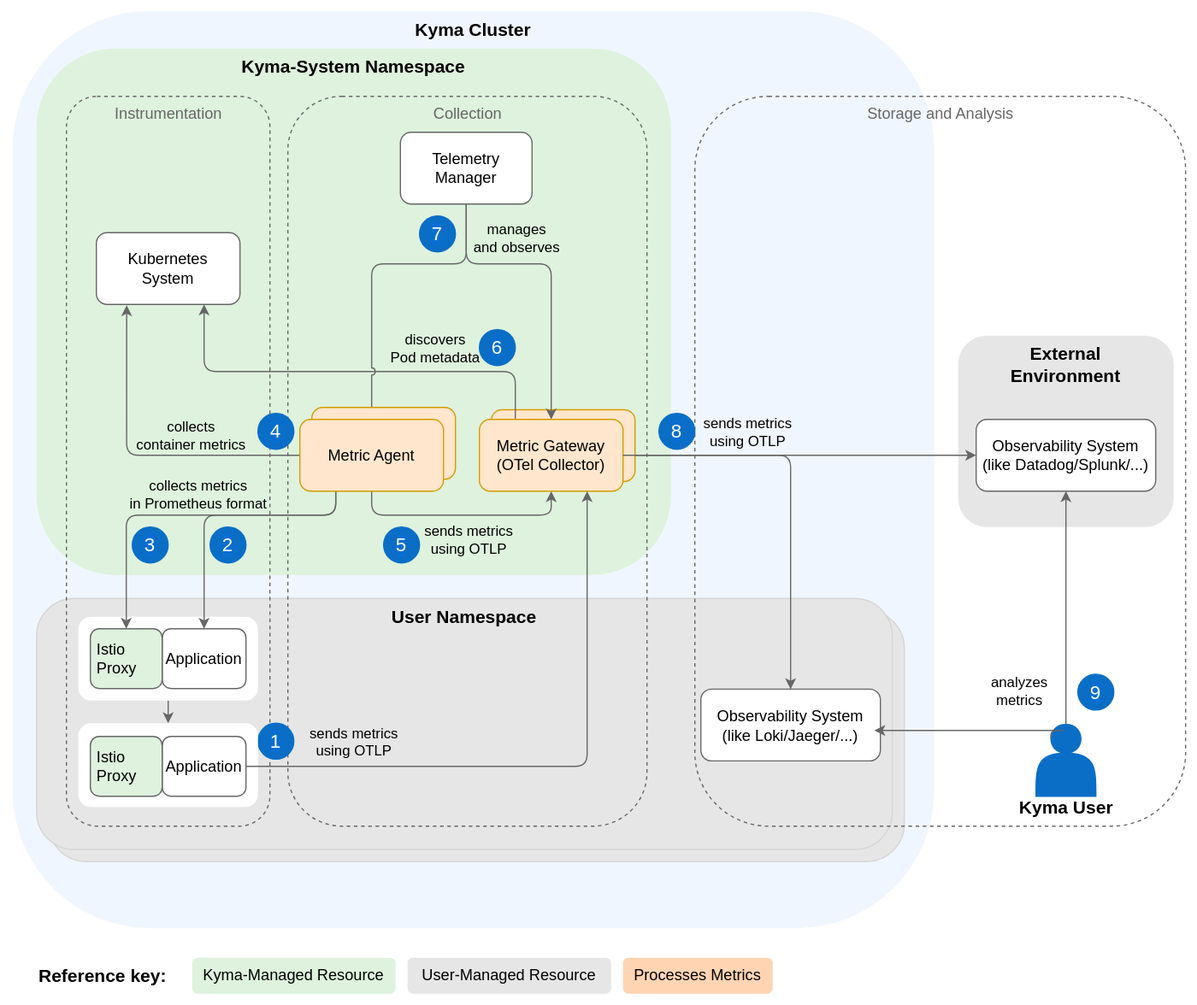
This is docs/user/assets/metrics-arch.drawio.svg from kyma-project/telemetry-manager, a draw.io export, as it was before one commit. Source tidied: cells renumbered, new cells last; positions are measured from the earlier drawing's top-left corner, leaving out a move shared by most shapes.
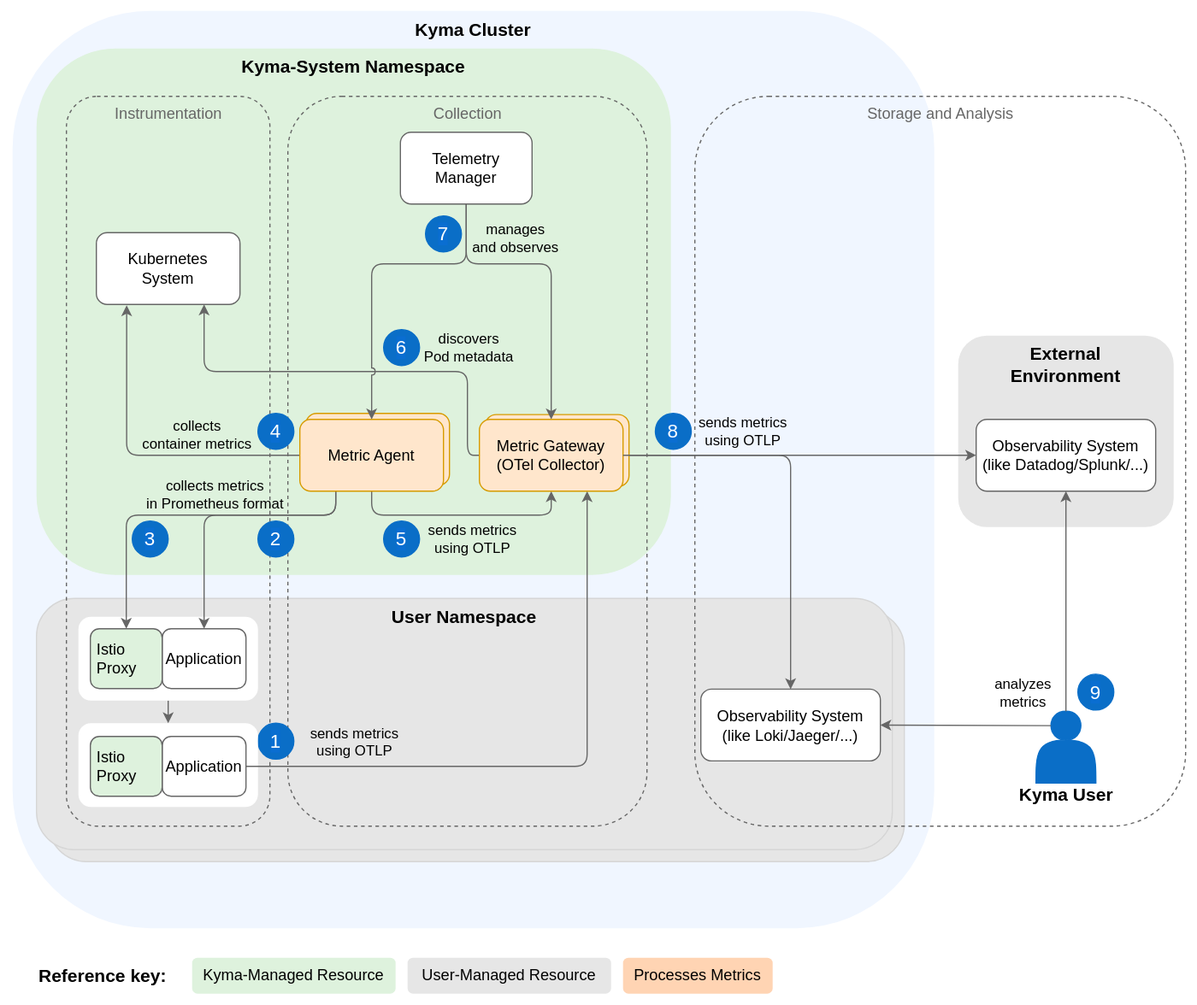
After the change.

Commit message:
better use of space

What changed in the source:
```diff
@@ -51,7 +51,7 @@
       <mxGeometry x="520" y="800" width="125" height="30" as="geometry" />
     </mxCell>
     <mxCell id="18" style="group;" parent="1" vertex="1">
-      <mxGeometry x="845" y="600" width="90" height="79" as="geometry" />
+      <mxGeometry x="845" y="589" width="90" height="79" as="geometry" />
     </mxCell>
     <mxCell id="19" style="group;" parent="18" vertex="1">
       <mxGeometry y="5" width="90" height="79" as="geometry" />
@@ -72,15 +72,13 @@
     </mxCell>
     <mxCell id="23" value="&lt;font style=&quot;font-size: 12px;&quot;&gt;analyzes &lt;br&gt;metrics&lt;/font&gt;" style="edgeLabel;html=1;align=center;verticalAlign=middle;" parent="22" vertex="1">
       <mxGeometry x="-0.05" relative="1" as="geometry">
-        <mxPoint x="-40" y="64" as="offset" />
+        <mxPoint x="-36" y="72" as="offset" />
       </mxGeometry>
     </mxCell>
-    <mxCell id="24" style="rounded=1;jettySize=auto;html=1;strokeColor=#666666;exitX=0.25;exitY=0.2;exitDx=0;exitDy=0;exitPerimeter=0;edgeStyle=orthogonalEdgeStyle;" parent="1" edge="1" source="20">
+    <mxCell id="24" style="rounded=1;jettySize=auto;html=1;strokeColor=#666666;exitX=0.25;exitY=0.2;exitDx=0;exitDy=0;exitPerimeter=0;edgeStyle=orthogonalEdgeStyle;entryX=1;entryY=0.5;entryDx=0;entryDy=0;" parent="1" edge="1" source="20" target="11">
       <mxGeometry relative="1" as="geometry">
-        <mxPoint x="730" y="610" as="targetPoint" />
         <Array as="points">
-          <mxPoint x="890" y="610" />
-          <mxPoint x="890" y="610" />
+          <mxPoint x="735" y="606" />
         </Array>
       </mxGeometry>
     </mxCell>
@@ -88,38 +86,39 @@
       <mxGeometry x="900" y="563" width="30" height="30" as="geometry" />
     </mxCell>
     <mxCell id="26" value="&lt;font style=&quot;font-size: 16px&quot;&gt;8&lt;/font&gt;" style="ellipse;whiteSpace=wrap;html=1;labelBackgroundColor=#0A6ED1;fontColor=#FFFFFF;fillColor=#0A6EC7;strokeColor=#0A6EC7;" parent="1" vertex="1">
-      <mxGeometry x="550" y="345" width="30" height="30" as="geometry" />
+      <mxGeometry x="547" y="345" width="30" height="30" as="geometry" />
     </mxCell>
     <mxCell id="27" value="Telemetry&lt;br style=&quot;font-size: 13px;&quot;&gt;Manager" style="rounded=1;whiteSpace=wrap;html=1;fontColor=#000000;fillColor=#FFFFFF;strokeColor=#666666;fontSize=13;" parent="1" vertex="1">
       <mxGeometry x="334" y="110" width="110" height="60" as="geometry" />
     </mxCell>
     <mxCell id="28" value="&lt;font style=&quot;font-size: 16px&quot;&gt;7&lt;/font&gt;" style="ellipse;whiteSpace=wrap;html=1;labelBackgroundColor=#0A6ED1;fontColor=#FFFFFF;fillColor=#0A6EC7;strokeColor=#0A6EC7;" parent="1" vertex="1">
-      <mxGeometry x="350" y="180" width="30" height="30" as="geometry" />
+      <mxGeometry x="355" y="180" width="30" height="30" as="geometry" />
     </mxCell>
     <mxCell id="29" value="&lt;font style=&quot;font-size: 16px&quot;&gt;1&lt;/font&gt;" style="ellipse;whiteSpace=wrap;html=1;labelBackgroundColor=#0A6ED1;fontColor=#FFFFFF;fillColor=#0A6EC7;strokeColor=#0A6EC7;" parent="1" vertex="1">
       <mxGeometry x="215" y="604" width="30" height="30" as="geometry" />
     </mxCell>
     <mxCell id="30" style="rounded=1;whiteSpace=wrap;html=1;fontSize=13;strokeColor=#D79B00;fillColor=#FFE6CC;" parent="1" vertex="1">
-      <mxGeometry x="410" y="341.9" width="120" height="60" as="geometry" />
+      <mxGeometry x="405" y="346" width="120" height="60" as="geometry" />
     </mxCell>
     <mxCell id="31" style="edgeStyle=orthogonalEdgeStyle;rounded=1;jettySize=auto;html=1;startArrow=none;startFill=0;endArrow=classic;endFill=1;strokeColor=#666666;exitX=0.5;exitY=1;exitDx=0;exitDy=0;entryX=0.5;entryY=1;entryDx=0;entryDy=0;" parent="1" edge="1" source="62" target="63">
       <mxGeometry relative="1" as="geometry" />
     </mxCell>
     <mxCell id="32" value="&lt;span style=&quot;font-size: 12px;&quot;&gt;sends metrics&lt;/span&gt;&lt;br style=&quot;border-color: var(--border-color); padding: 0px; margin: 0px; font-size: 12px;&quot;&gt;&lt;span style=&quot;font-size: 12px;&quot;&gt;using OTLP&lt;/span&gt;" style="edgeLabel;html=1;align=center;verticalAlign=middle;labelBackgroundColor=none;fontSize=12;" parent="31" vertex="1">
       <mxGeometry x="0.21" y="3" relative="1" as="geometry">
-        <mxPoint x="-15" y="23" as="offset" />
+        <mxPoint x="-12" y="23" as="offset" />
       </mxGeometry>
     </mxCell>
     <mxCell id="33" value="&lt;font style=&quot;font-size: 16px&quot;&gt;5&lt;/font&gt;" style="ellipse;whiteSpace=wrap;html=1;labelBackgroundColor=#0A6ED1;fontColor=#FFFFFF;fillColor=#0A6EC7;strokeColor=#0A6EC7;" parent="1" vertex="1">
-      <mxGeometry x="320" y="440" width="30" height="30" as="geometry" />
+      <mxGeometry x="320" y="435" width="30" height="30" as="geometry" />
     </mxCell>
     <mxCell id="34" value="&lt;font style=&quot;font-size: 16px&quot;&gt;2&lt;/font&gt;" style="ellipse;whiteSpace=wrap;html=1;labelBackgroundColor=#0A6ED1;fontColor=#FFFFFF;fillColor=#0A6EC7;strokeColor=#0A6EC7;" parent="1" vertex="1">
-      <mxGeometry x="175" y="440" width="30" height="30" as="geometry" />
+      <mxGeometry x="215" y="435" width="30" height="30" as="geometry" />
     </mxCell>
-    <mxCell id="35" style="edgeStyle=orthogonalEdgeStyle;rounded=1;jettySize=auto;html=1;startArrow=none;startFill=0;endArrow=classic;endFill=1;strokeColor=#666666;entryX=0.75;entryY=1;entryDx=0;entryDy=0;exitX=0.25;exitY=0;exitDx=0;exitDy=0;jumpStyle=arc;" parent="1" edge="1" source="63" target="14">
+    <mxCell id="35" style="edgeStyle=orthogonalEdgeStyle;rounded=1;jettySize=auto;html=1;startArrow=none;startFill=0;endArrow=classic;endFill=1;strokeColor=#666666;entryX=0.75;entryY=1;entryDx=0;entryDy=0;exitX=0;exitY=0.5;exitDx=0;exitDy=0;jumpStyle=arc;" parent="1" edge="1" source="63" target="14">
       <mxGeometry relative="1" as="geometry">
         <Array as="points">
-          <mxPoint x="430" y="310" />
+          <mxPoint x="390" y="380" />
+          <mxPoint x="390" y="310" />
           <mxPoint x="170" y="310" />
         </Array>
       </mxGeometry>
@@ -131,7 +130,7 @@
     </mxCell>
     <mxCell id="37" value="&lt;span style=&quot;border-color: var(--border-color); font-size: 12px;&quot;&gt;discovers&lt;/span&gt;&lt;br style=&quot;border-color: var(--border-color); font-size: 12px;&quot;&gt;&lt;span style=&quot;border-color: var(--border-color); font-size: 12px;&quot;&gt;Pod metadata&lt;/span&gt;" style="edgeLabel;html=1;align=center;verticalAlign=middle;labelBackgroundColor=none;fontSize=12;" parent="35" vertex="1">
       <mxGeometry x="0.17" y="-1" relative="1" as="geometry">
-        <mxPoint x="100" y="-19" as="offset" />
+        <mxPoint x="129" y="-19" as="offset" />
       </mxGeometry>
     </mxCell>
     <mxCell id="38" style="edgeStyle=orthogonalEdgeStyle;rounded=1;jettySize=auto;html=1;startArrow=none;startFill=0;endArrow=classic;endFill=1;strokeColor=#666666;entryX=0.211;entryY=1.011;entryDx=0;entryDy=0;jumpStyle=arc;exitX=0;exitY=0.5;exitDx=0;exitDy=0;entryPerimeter=0;" parent="1" edge="1" source="62" target="14">
@@ -149,17 +148,17 @@
     </mxCell>
     <mxCell id="40" value="collects &lt;br&gt;container&amp;nbsp;metrics" style="edgeLabel;html=1;align=center;verticalAlign=middle;labelBackgroundColor=none;fontSize=12;" parent="38" vertex="1">
       <mxGeometry x="-0.08" y="-3" relative="1" as="geometry">
-        <mxPoint x="32" y="-14" as="offset" />
+        <mxPoint x="37" y="-14" as="offset" />
       </mxGeometry>
     </mxCell>
     <mxCell id="41" value="&lt;font style=&quot;font-size: 16px&quot;&gt;3&lt;/font&gt;" style="ellipse;whiteSpace=wrap;html=1;labelBackgroundColor=#0A6ED1;fontColor=#FFFFFF;fillColor=#0A6EC7;strokeColor=#0A6EC7;" parent="1" vertex="1">
-      <mxGeometry x="110" y="440" width="30" height="30" as="geometry" />
+      <mxGeometry x="110" y="435" width="30" height="30" as="geometry" />
     </mxCell>
     <mxCell id="42" value="&lt;font style=&quot;font-size: 16px&quot;&gt;4&lt;/font&gt;" style="ellipse;whiteSpace=wrap;html=1;labelBackgroundColor=#0A6ED1;fontColor=#FFFFFF;fillColor=#0A6EC7;strokeColor=#0A6EC7;" parent="1" vertex="1">
       <mxGeometry x="215" y="345" width="30" height="30" as="geometry" />
     </mxCell>
     <mxCell id="43" value="&lt;font style=&quot;font-size: 16px&quot;&gt;6&lt;/font&gt;" style="ellipse;whiteSpace=wrap;html=1;labelBackgroundColor=#0A6ED1;fontColor=#FFFFFF;fillColor=#0A6EC7;strokeColor=#0A6EC7;" parent="1" vertex="1">
-      <mxGeometry x="400" y="275" width="30" height="30" as="geometry" />
+      <mxGeometry x="320" y="275" width="30" height="30" as="geometry" />
     </mxCell>
     <mxCell id="44" style="edgeStyle=orthogonalEdgeStyle;rounded=1;jettySize=auto;html=1;startArrow=none;startFill=0;endArrow=classic;endFill=1;strokeColor=#666666;entryX=0.5;entryY=0;entryDx=0;entryDy=0;exitX=0.5;exitY=1;exitDx=0;exitDy=0;" parent="1" edge="1" source="27" target="63">
       <mxGeometry relative="1" as="geometry">
@@ -174,14 +173,6 @@
         <mxPoint x="-33" y="-53" as="offset" />
       </mxGeometry>
     </mxCell>
-    <mxCell id="46" style="rounded=1;jettySize=auto;html=1;startArrow=none;startFill=0;endArrow=classic;endFill=1;strokeColor=#666666;exitX=0.5;exitY=1;exitDx=0;exitDy=0;entryX=0.5;entryY=0;entryDx=0;entryDy=0;jumpStyle=arc;edgeStyle=orthogonalEdgeStyle;" parent="1" edge="1" source="27" target="62">
-      <mxGeometry relative="1" as="geometry">
-        <Array as="points">
-          <mxPoint x="389" y="220" />
-          <mxPoint x="310" y="220" />
-        </Array>
-      </mxGeometry>
-    </mxCell>
     <mxCell id="47" style="rounded=1;whiteSpace=wrap;html=1;fillColor=#FFFFFF;strokeColor=none;fontColor=#000000;dashed=1;dashPattern=1 4;" parent="1" vertex="1">
       <mxGeometry x="65" y="515" width="150" height="70" as="geometry" />
     </mxCell>
@@ -198,7 +189,7 @@
       <mxGeometry x="135" y="525" width="70" height="50" as="geometry" />
     </mxCell>
     <mxCell id="52" style="rounded=1;whiteSpace=wrap;html=1;fontSize=13;strokeColor=#D79B00;fillColor=#FFE6CC;" parent="1" vertex="1">
-      <mxGeometry x="260" y="340" width="120" height="60" as="geometry" />
+      <mxGeometry x="255" y="345" width="120" height="60" as="geometry" />
     </mxCell>
     <mxCell id="53" value="&lt;font style=&quot;font-size: 13px;&quot;&gt;&amp;nbsp;Istio&lt;br style=&quot;font-size: 13px;&quot;&gt;&amp;nbsp;Proxy&lt;/font&gt;" style="rounded=1;whiteSpace=wrap;html=1;fontSize=13;fillColor=#def2dd;strokeColor=#666666;fontColor=#000000;align=left;" parent="1" vertex="1">
       <mxGeometry x="75" y="525" width="60" height="50" as="geometry" />
@@ -226,7 +217,7 @@
     </mxCell>
     <mxCell id="57" value="&lt;span style=&quot;font-size: 12px;&quot;&gt;collects metrics&lt;br style=&quot;font-size: 12px;&quot;&gt;in Prometheus format&lt;br style=&quot;font-size: 12px;&quot;&gt;&lt;/span&gt;" style="edgeLabel;html=1;align=center;verticalAlign=middle;labelBackgroundColor=none;fontSize=12;" parent="56" vertex="1">
       <mxGeometry x="0.21" y="3" relative="1" as="geometry">
-        <mxPoint x="-9" y="-24" as="offset" />
+        <mxPoint x="6" y="-24" as="offset" />
       </mxGeometry>
     </mxCell>
     <mxCell id="58" style="edgeStyle=orthogonalEdgeStyle;rounded=1;jettySize=auto;html=1;startArrow=none;startFill=0;endArrow=classic;endFill=1;strokeColor=#666666;entryX=0.5;entryY=0;entryDx=0;entryDy=0;exitX=0.25;exitY=1;exitDx=0;exitDy=0;" parent="1" edge="1" source="62" target="53">
@@ -263,8 +254,16 @@
     </mxCell>
     <mxCell id="65" value="sends metrics&lt;br style=&quot;font-size: 12px;&quot;&gt;using OTLP" style="edgeLabel;html=1;align=center;verticalAlign=middle;labelBackgroundColor=none;fontSize=12;" parent="64" vertex="1">
       <mxGeometry x="-0.39" y="-4" relative="1" as="geometry">
-        <mxPoint x="1" y="-24" as="offset" />
+        <mxPoint x="-2" y="-24" as="offset" />
       </mxGeometry>
     </mxCell>
+    <mxCell id="46" style="rounded=1;jettySize=auto;html=1;startArrow=none;startFill=0;endArrow=classic;endFill=1;strokeColor=#666666;exitX=0.5;exitY=1;exitDx=0;exitDy=0;entryX=0.5;entryY=0;entryDx=0;entryDy=0;jumpStyle=arc;edgeStyle=orthogonalEdgeStyle;" parent="1" edge="1" source="27" target="62">
+      <mxGeometry relative="1" as="geometry">
+        <Array as="points">
+          <mxPoint x="389" y="220" />
+          <mxPoint x="310" y="220" />
+        </Array>
+      </mxGeometry>
+    </mxCell>
   </root>
 </mxGraphModel>
```
